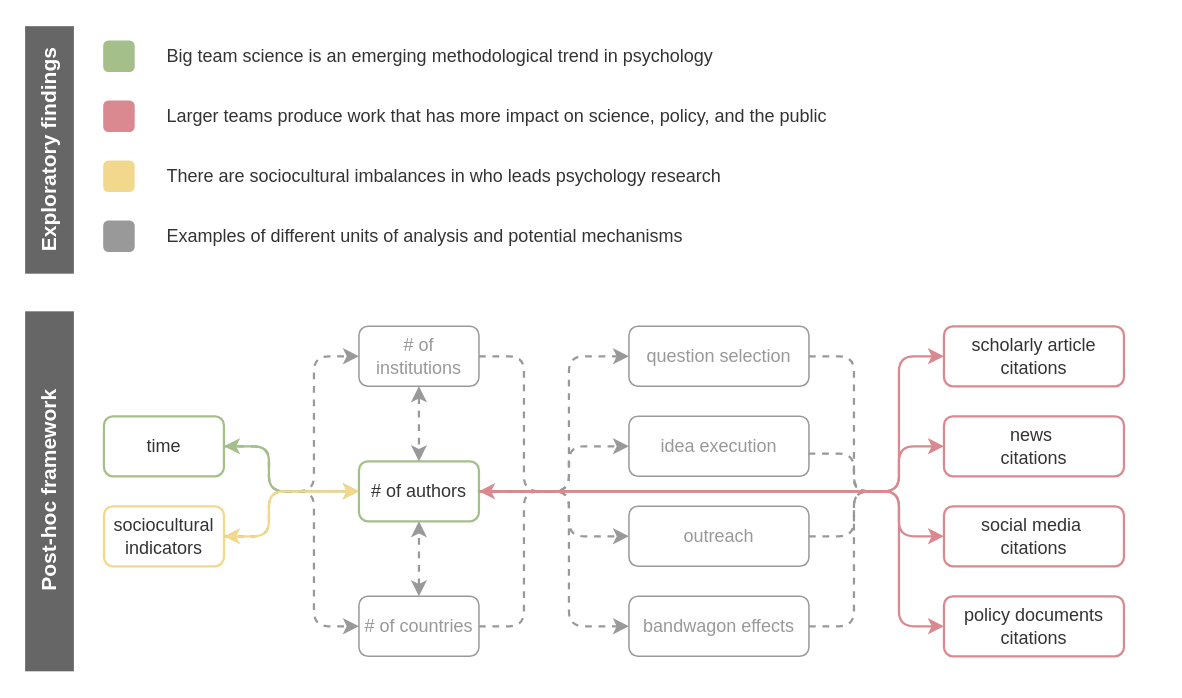
Social-Science-Collaboratory/btpsych keeps this draw.io diagram as admin/btpsych24a.drawio. Above is the earlier version. Source tidied: cells renumbered, new cells numbered last; positions are measured from the earlier drawing's top-left corner, leaving out a move shared by most shapes. Both pictures are drawn from the tidied source at 150%, with x=0, y=0 at pixel (-132, 40).
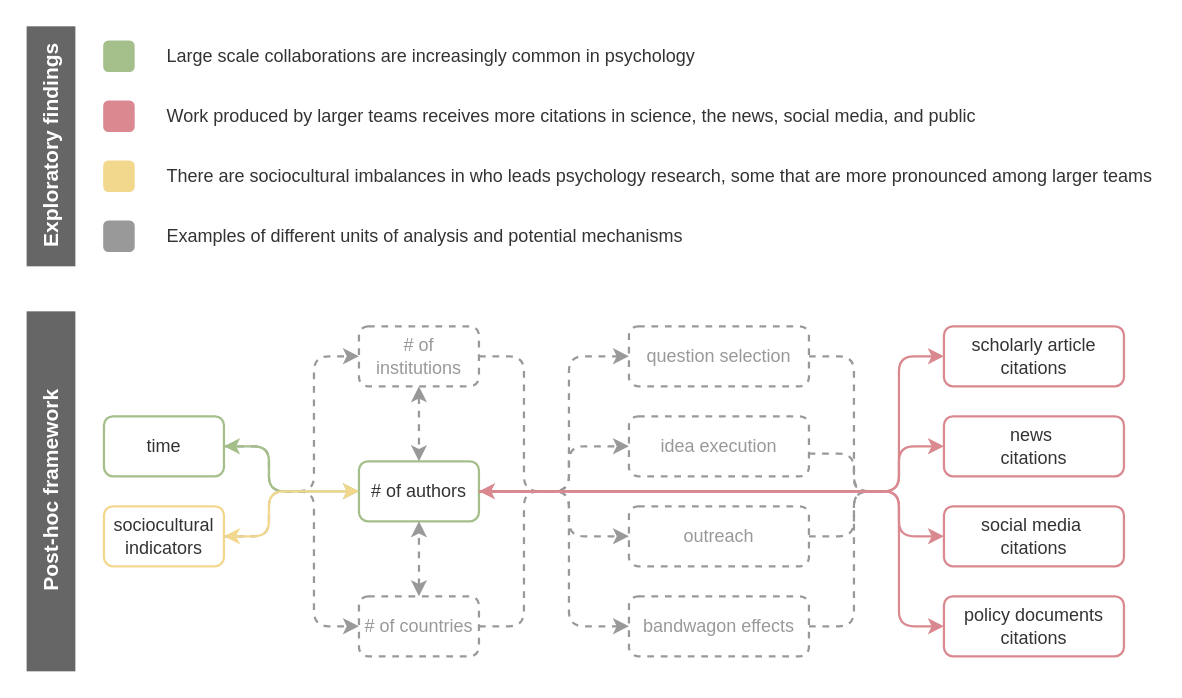
The same diagram, later.

What changed in the source:
```diff
@@
-    <mxCell id="11" value="# of institutions" style="text;html=1;align=center;verticalAlign=middle;whiteSpace=wrap;rounded=1;strokeColor=#999999;fillColor=default;fontColor=#999999;" parent="1" vertex="1">
+    <mxCell id="11" value="# of institutions" style="text;html=1;align=center;verticalAlign=middle;whiteSpace=wrap;rounded=1;strokeColor=#999999;fillColor=default;fontColor=#999999;dashed=1;strokeWidth=1.5;" parent="1" vertex="1">
       <mxGeometry x="326.8" y="190" width="80" height="40" as="geometry" />
     </mxCell>
@@
-    <mxCell id="14" value="# of countries" style="text;html=1;align=center;verticalAlign=middle;whiteSpace=wrap;rounded=1;strokeColor=#999999;fillColor=default;fontColor=#999999;" parent="1" vertex="1">
+    <mxCell id="14" value="# of countries" style="text;html=1;align=center;verticalAlign=middle;whiteSpace=wrap;rounded=1;strokeColor=#999999;fillColor=default;fontColor=#999999;dashed=1;strokeWidth=1.5;" parent="1" vertex="1">
       <mxGeometry x="326.8" y="370" width="80" height="40" as="geometry" />
     </mxCell>
@@
-    <mxCell id="16" value="question selection" style="text;html=1;align=center;verticalAlign=middle;whiteSpace=wrap;rounded=1;strokeColor=#999999;fillColor=default;fontColor=#999999;" parent="1" vertex="1">
+    <mxCell id="16" value="question selection" style="text;html=1;align=center;verticalAlign=middle;whiteSpace=wrap;rounded=1;strokeColor=#999999;fillColor=default;fontColor=#999999;dashed=1;strokeWidth=1.5;" parent="1" vertex="1">
       <mxGeometry x="506.8" y="190" width="120" height="40" as="geometry" />
     </mxCell>
-    <mxCell id="17" value="idea execution" style="text;html=1;align=center;verticalAlign=middle;whiteSpace=wrap;rounded=1;strokeColor=#999999;fillColor=default;fontColor=#999999;" parent="1" vertex="1">
+    <mxCell id="17" value="idea execution" style="text;html=1;align=center;verticalAlign=middle;whiteSpace=wrap;rounded=1;strokeColor=#999999;fillColor=default;fontColor=#999999;dashed=1;strokeWidth=1.5;" parent="1" vertex="1">
       <mxGeometry x="506.8" y="250" width="120" height="40" as="geometry" />
     </mxCell>
-    <mxCell id="18" value="outreach" style="text;html=1;align=center;verticalAlign=middle;whiteSpace=wrap;rounded=1;strokeColor=#999999;fillColor=default;fontColor=#999999;" parent="1" vertex="1">
+    <mxCell id="18" value="outreach" style="text;html=1;align=center;verticalAlign=middle;whiteSpace=wrap;rounded=1;strokeColor=#999999;fillColor=default;fontColor=#999999;dashed=1;strokeWidth=1.5;" parent="1" vertex="1">
       <mxGeometry x="506.8" y="310" width="120" height="40" as="geometry" />
     </mxCell>
-    <mxCell id="19" value="bandwagon effects" style="text;html=1;align=center;verticalAlign=middle;whiteSpace=wrap;rounded=1;strokeColor=#999999;fillColor=default;fontColor=#999999;" parent="1" vertex="1">
+    <mxCell id="19" value="bandwagon effects" style="text;html=1;align=center;verticalAlign=middle;whiteSpace=wrap;rounded=1;strokeColor=#999999;fillColor=default;fontColor=#999999;dashed=1;strokeWidth=1.5;" parent="1" vertex="1">
       <mxGeometry x="506.8" y="370" width="120" height="40" as="geometry" />
     </mxCell>
@@
-    <mxCell id="35" value="Big team science is an emerging methodological trend in psychology" style="text;html=1;align=left;verticalAlign=middle;whiteSpace=wrap;rounded=0;fontColor=#333333;" parent="1" vertex="1">
+    <mxCell id="35" value="Large scale collaborations are increasingly common in psychology" style="text;html=1;align=left;verticalAlign=middle;whiteSpace=wrap;rounded=0;fontColor=#333333;" parent="1" vertex="1">
       <mxGeometry x="196.8" width="380" height="20" as="geometry" />
     </mxCell>
@@
-    <mxCell id="37" value="Larger teams produce work that has more impact on science, policy, and the public" style="text;html=1;align=left;verticalAlign=middle;whiteSpace=wrap;rounded=0;fontColor=#333333;" parent="1" vertex="1">
-      <mxGeometry x="196.8" y="40" width="450" height="20" as="geometry" />
+    <mxCell id="37" value="Work produced by larger teams receives more citations in science, the news, social media, and public" style="text;html=1;align=left;verticalAlign=middle;whiteSpace=wrap;rounded=0;fontColor=#333333;" parent="1" vertex="1">
+      <mxGeometry x="196.8" y="40" width="641.2" height="20" as="geometry" />
     </mxCell>
@@
-    <mxCell id="39" value="There are sociocultural imbalances in who leads psychology research" style="text;html=1;align=left;verticalAlign=middle;whiteSpace=wrap;rounded=0;fontColor=#333333;" parent="1" vertex="1">
-      <mxGeometry x="196.8" y="80" width="650" height="20" as="geometry" />
+    <mxCell id="39" value="There are sociocultural imbalances in who leads psychology research, some that are more pronounced among larger teams" style="text;html=1;align=left;verticalAlign=middle;whiteSpace=wrap;rounded=0;fontColor=#333333;" parent="1" vertex="1">
+      <mxGeometry x="196.8" y="80" width="661.2" height="20" as="geometry" />
     </mxCell>
@@
     <mxCell id="43" value="&lt;b&gt;Exploratory findings&lt;/b&gt;" style="text;html=1;align=center;verticalAlign=middle;whiteSpace=wrap;rounded=0;fontSize=14;rotation=-90;fillColor=#666666;fontColor=#FFFFFF;strokeColor=none;" parent="1" vertex="1">
-      <mxGeometry x="38" y="56.2" width="165" height="32.5" as="geometry" />
+      <mxGeometry x="41.5" y="53.8" width="160" height="32.5" as="geometry" />
     </mxCell>
     <mxCell id="44" value="&lt;b&gt;Post-hoc framework&lt;/b&gt;" style="text;html=1;align=center;verticalAlign=middle;whiteSpace=wrap;rounded=0;fontSize=14;rotation=-90;fillColor=#666666;fontColor=#FFFFFF;strokeColor=none;" parent="1" vertex="1">
-      <mxGeometry x="0.5" y="283.8" width="240" height="32.5" as="geometry" />
+      <mxGeometry x="1.5" y="283.8" width="240" height="32.5" as="geometry" />
     </mxCell>
```
